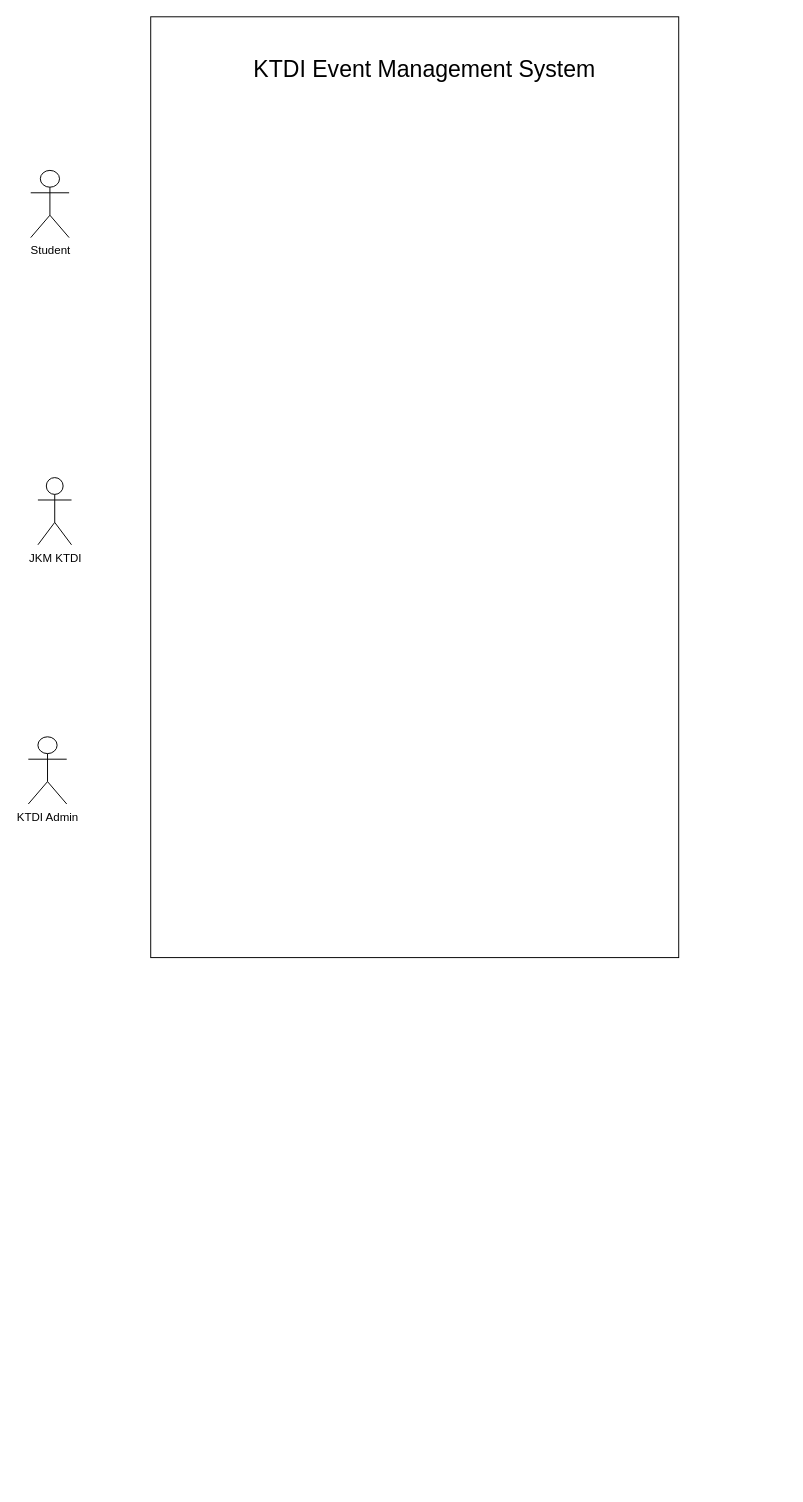
drshahizan/software-engineering keeps this draw.io diagram as page "Overall use case diagram" (10 of 11) of project/drawio/Curiousity/UML.drawio. Above is the earlier version. Source tidied: cells renumbered, new cells numbered last; positions are measured from the earlier drawing's top-left corner, leaving out a move shared by most shapes. Both pictures are drawn from the tidied source at 96%, with x=0, y=0 at pixel (28, 16).
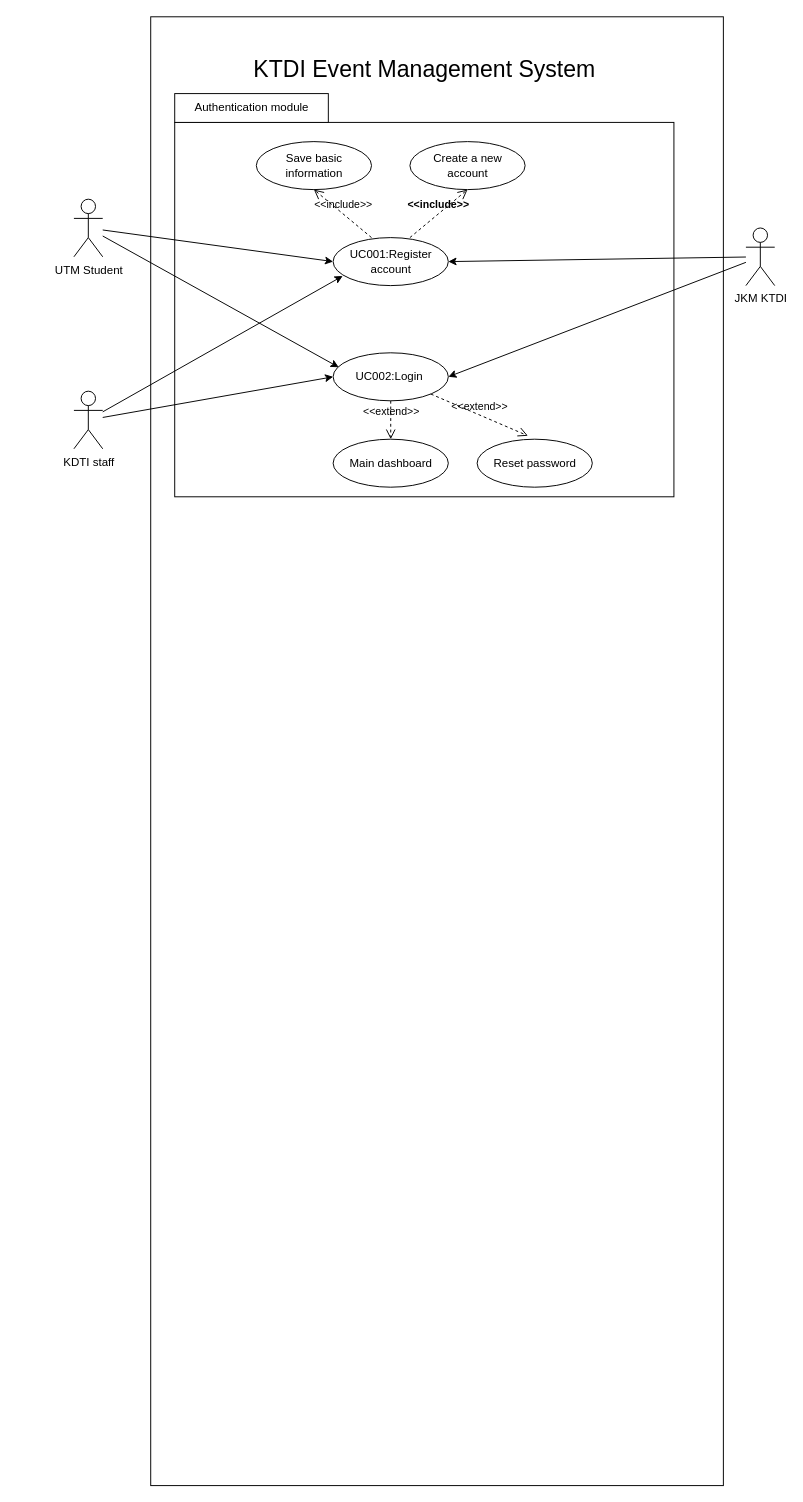
The same diagram, later.

Diff of the diagram source:
```diff
@@
     <mxCell id="2" style="rounded=0;whiteSpace=wrap;html=1;" parent="1" vertex="1">
-      <mxGeometry x="127.5" width="550" height="980" as="geometry" />
+      <mxGeometry x="127.5" width="596.5" height="1530" as="geometry" />
     </mxCell>
-    <mxCell id="3" value="Student" style="shape=umlActor;verticalLabelPosition=bottom;verticalAlign=top;html=1;" parent="1" vertex="1">
-      <mxGeometry x="2.5" y="160" width="40" height="70" as="geometry" />
-    </mxCell>
+    <mxCell id="6" value="&lt;font style=&quot;font-size: 24px;&quot;&gt;KTDI Event Management System&lt;/font&gt;" style="text;strokeColor=none;align=center;fillColor=none;html=1;verticalAlign=middle;whiteSpace=wrap;rounded=0;" parent="1" vertex="1">
+      <mxGeometry x="217.5" y="40" width="390" height="30" as="geometry" />
+    </mxCell>
+    <mxCell id="7" value="UTM Student" style="shape=umlActor;verticalLabelPosition=bottom;verticalAlign=top;html=1;outlineConnect=0;" parent="1" vertex="1">
+      <mxGeometry x="47.5" y="190" width="30" height="60" as="geometry" />
+    </mxCell>
+    <mxCell id="8" style="rounded=0;whiteSpace=wrap;html=1;" parent="1" vertex="1">
+      <mxGeometry x="152.5" y="110" width="520" height="390" as="geometry" />
+    </mxCell>
+    <mxCell id="9" style="group;" parent="1" vertex="1">
+      <mxGeometry x="317.5" y="350" width="120" height="50" as="geometry" />
+    </mxCell>
+    <mxCell id="10" style="ellipse;whiteSpace=wrap;html=1;" parent="9" vertex="1">
+      <mxGeometry width="120" height="50" as="geometry" />
+    </mxCell>
+    <mxCell id="11" value="UC002:Login&amp;nbsp;" style="text;strokeColor=none;align=center;fillColor=none;html=1;verticalAlign=middle;whiteSpace=wrap;rounded=0;" parent="9" vertex="1">
+      <mxGeometry x="10" y="10" width="100" height="30" as="geometry" />
+    </mxCell>
+    <mxCell id="12" style="edgeStyle=none;html=1;entryX=1;entryY=0.5;entryDx=0;entryDy=0;" parent="1" edge="1" source="4" target="25">
+      <mxGeometry relative="1" as="geometry" />
+    </mxCell>
+    <mxCell id="13" style="edgeStyle=none;html=1;entryX=1;entryY=0.5;entryDx=0;entryDy=0;" parent="1" edge="1" source="4" target="10">
+      <mxGeometry relative="1" as="geometry" />
+    </mxCell>
     <mxCell id="4" value="JKM KTDI" style="shape=umlActor;verticalLabelPosition=bottom;verticalAlign=top;html=1;outlineConnect=0;" parent="1" vertex="1">
-      <mxGeometry x="10" y="480" width="35" height="70" as="geometry" />
+      <mxGeometry x="747.5" y="220" width="30" height="60" as="geometry" />
     </mxCell>
-    <mxCell id="5" value="KTDI Admin" style="shape=umlActor;verticalLabelPosition=bottom;verticalAlign=top;html=1;" parent="1" vertex="1">
-      <mxGeometry y="750" width="40" height="70" as="geometry" />
-    </mxCell>
-    <mxCell id="6" value="&lt;font style=&quot;font-size: 24px;&quot;&gt;KTDI Event Management System&lt;/font&gt;" style="text;strokeColor=none;align=center;fillColor=none;html=1;verticalAlign=middle;whiteSpace=wrap;rounded=0;" parent="1" vertex="1">
-      <mxGeometry x="217.5" y="40" width="390" height="30" as="geometry" />
-    </mxCell>
+    <mxCell id="14" style="edgeStyle=none;html=1;" parent="1" edge="1" source="16">
+      <mxGeometry relative="1" as="geometry">
+        <mxPoint x="327.5" y="270" as="targetPoint" />
+      </mxGeometry>
+    </mxCell>
+    <mxCell id="15" style="edgeStyle=none;html=1;entryX=0;entryY=0.5;entryDx=0;entryDy=0;" parent="1" edge="1" source="16" target="10">
+      <mxGeometry relative="1" as="geometry" />
+    </mxCell>
+    <mxCell id="16" value="KDTI staff" style="shape=umlActor;verticalLabelPosition=bottom;verticalAlign=top;html=1;outlineConnect=0;" parent="1" vertex="1">
+      <mxGeometry x="47.5" y="390" width="30" height="60" as="geometry" />
+    </mxCell>
+    <mxCell id="17" value="Authentication module" style="whiteSpace=wrap;html=1;" parent="1" vertex="1">
+      <mxGeometry x="152.5" y="80" width="160" height="30" as="geometry" />
+    </mxCell>
+    <mxCell id="18" style="group;" parent="1" vertex="1">
+      <mxGeometry x="397.5" y="130" width="120" height="50" as="geometry" />
+    </mxCell>
+    <mxCell id="19" style="ellipse;whiteSpace=wrap;html=1;" parent="18" vertex="1">
+      <mxGeometry width="120" height="50" as="geometry" />
+    </mxCell>
+    <mxCell id="20" value="Create a new account" style="text;strokeColor=none;align=center;fillColor=none;html=1;verticalAlign=middle;whiteSpace=wrap;rounded=0;" parent="18" vertex="1">
+      <mxGeometry x="10" y="10" width="100" height="30" as="geometry" />
+    </mxCell>
+    <mxCell id="21" style="group;" parent="1" vertex="1">
+      <mxGeometry x="237.5" y="130" width="120" height="50" as="geometry" />
+    </mxCell>
+    <mxCell id="22" style="ellipse;whiteSpace=wrap;html=1;" parent="21" vertex="1">
+      <mxGeometry width="120" height="50" as="geometry" />
+    </mxCell>
+    <mxCell id="23" value="Save basic information" style="text;strokeColor=none;align=center;fillColor=none;html=1;verticalAlign=middle;whiteSpace=wrap;rounded=0;" parent="21" vertex="1">
+      <mxGeometry x="10" y="10" width="100" height="30" as="geometry" />
+    </mxCell>
+    <mxCell id="24" style="group;" parent="1" vertex="1">
+      <mxGeometry x="317.5" y="230" width="120" height="50" as="geometry" />
+    </mxCell>
+    <mxCell id="25" style="ellipse;whiteSpace=wrap;html=1;" parent="24" vertex="1">
+      <mxGeometry width="120" height="50" as="geometry" />
+    </mxCell>
+    <mxCell id="26" value="UC001:Register account" style="text;strokeColor=none;align=center;fillColor=none;html=1;verticalAlign=middle;whiteSpace=wrap;rounded=0;" parent="24" vertex="1">
+      <mxGeometry x="10" y="10" width="100" height="30" as="geometry" />
+    </mxCell>
+    <mxCell id="27" style="edgeStyle=none;html=1;entryX=0;entryY=0.5;entryDx=0;entryDy=0;" parent="1" edge="1" source="7" target="25">
+      <mxGeometry relative="1" as="geometry" />
+    </mxCell>
+    <mxCell id="28" style="edgeStyle=none;html=1;entryX=0.049;entryY=0.301;entryDx=0;entryDy=0;entryPerimeter=0;" parent="1" edge="1" source="7" target="10">
+      <mxGeometry relative="1" as="geometry" />
+    </mxCell>
+    <mxCell id="29" value="&amp;lt;&amp;lt;include&amp;gt;&amp;gt;" style="endArrow=open;startArrow=none;endFill=0;startFill=0;endSize=8;html=1;verticalAlign=bottom;dashed=1;labelBackgroundColor=none;entryX=0.5;entryY=1;entryDx=0;entryDy=0;fontStyle=1;" parent="1" edge="1" target="19">
+      <mxGeometry relative="1" as="geometry">
+        <mxPoint x="397.5" y="230" as="sourcePoint" />
+      </mxGeometry>
+    </mxCell>
+    <mxCell id="30" value="&amp;lt;&amp;lt;include&amp;gt;&amp;gt;" style="endArrow=open;startArrow=none;endFill=0;startFill=0;endSize=8;html=1;verticalAlign=bottom;dashed=1;labelBackgroundColor=none;entryX=0.5;entryY=1;entryDx=0;entryDy=0;" parent="1" edge="1" target="22">
+      <mxGeometry relative="1" as="geometry">
+        <mxPoint x="357.5" y="230" as="sourcePoint" />
+      </mxGeometry>
+    </mxCell>
+    <mxCell id="31" style="group;" parent="1" vertex="1">
+      <mxGeometry x="317.5" y="440" width="120" height="50" as="geometry" />
+    </mxCell>
+    <mxCell id="32" style="ellipse;whiteSpace=wrap;html=1;" parent="31" vertex="1">
+      <mxGeometry width="120" height="50" as="geometry" />
+    </mxCell>
+    <mxCell id="33" value="Main dashboard" style="text;strokeColor=none;align=center;fillColor=none;html=1;verticalAlign=middle;whiteSpace=wrap;rounded=0;" parent="31" vertex="1">
+      <mxGeometry x="10" y="10" width="100" height="30" as="geometry" />
+    </mxCell>
+    <mxCell id="34" value="&amp;lt;&amp;lt;extend&amp;gt;&amp;gt;" style="endArrow=open;startArrow=none;endFill=0;startFill=0;endSize=8;html=1;verticalAlign=bottom;dashed=1;labelBackgroundColor=none;exitX=0.5;exitY=1;exitDx=0;exitDy=0;" parent="1" edge="1" source="10" target="32">
+      <mxGeometry relative="1" as="geometry" />
+    </mxCell>
+    <mxCell id="35" style="group;" parent="1" vertex="1">
+      <mxGeometry x="467.5" y="440" width="120" height="50" as="geometry" />
+    </mxCell>
+    <mxCell id="36" style="ellipse;whiteSpace=wrap;html=1;" parent="35" vertex="1">
+      <mxGeometry width="120" height="50" as="geometry" />
+    </mxCell>
+    <mxCell id="37" value="Reset password" style="text;strokeColor=none;align=center;fillColor=none;html=1;verticalAlign=middle;whiteSpace=wrap;rounded=0;" parent="35" vertex="1">
+      <mxGeometry x="10" y="10" width="100" height="30" as="geometry" />
+    </mxCell>
+    <mxCell id="38" value="&amp;lt;&amp;lt;extend&amp;gt;&amp;gt;" style="endArrow=open;startArrow=none;endFill=0;startFill=0;endSize=8;html=1;verticalAlign=bottom;dashed=1;labelBackgroundColor=none;entryX=0.441;entryY=-0.071;entryDx=0;entryDy=0;entryPerimeter=0;" parent="1" edge="1" source="10" target="36">
+      <mxGeometry relative="1" as="geometry" />
+    </mxCell>
```
